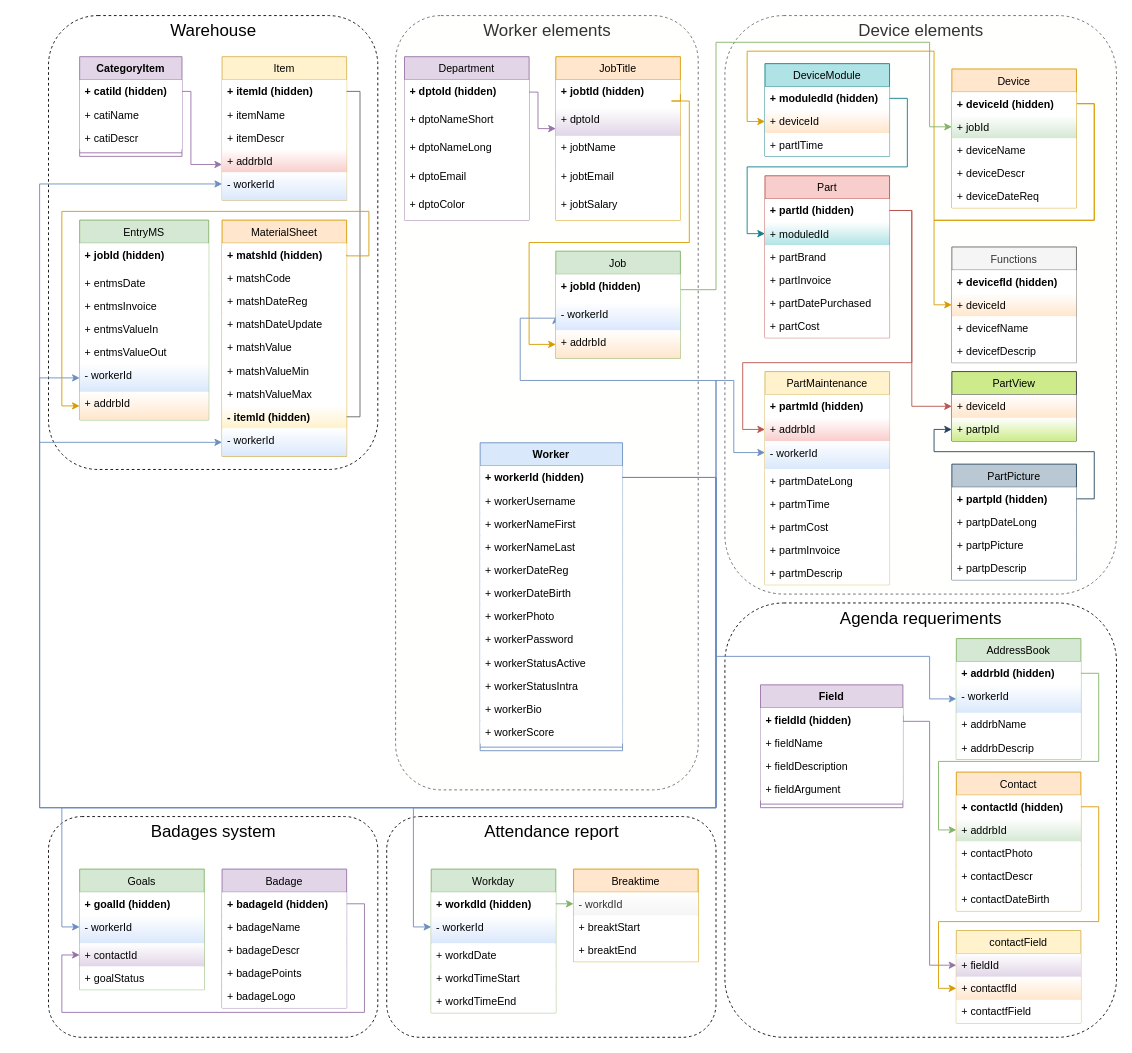
Before: Untitled Diagram.drawio in USMEX/Stock-System, a draw.io diagram. Source tidied: cells renumbered, new cells numbered last; positions are measured from the earlier drawing's top-left corner, leaving out a move shared by most shapes. Both pictures are drawn from the tidied source at 89%, with x=0, y=0 at pixel (39, 15).
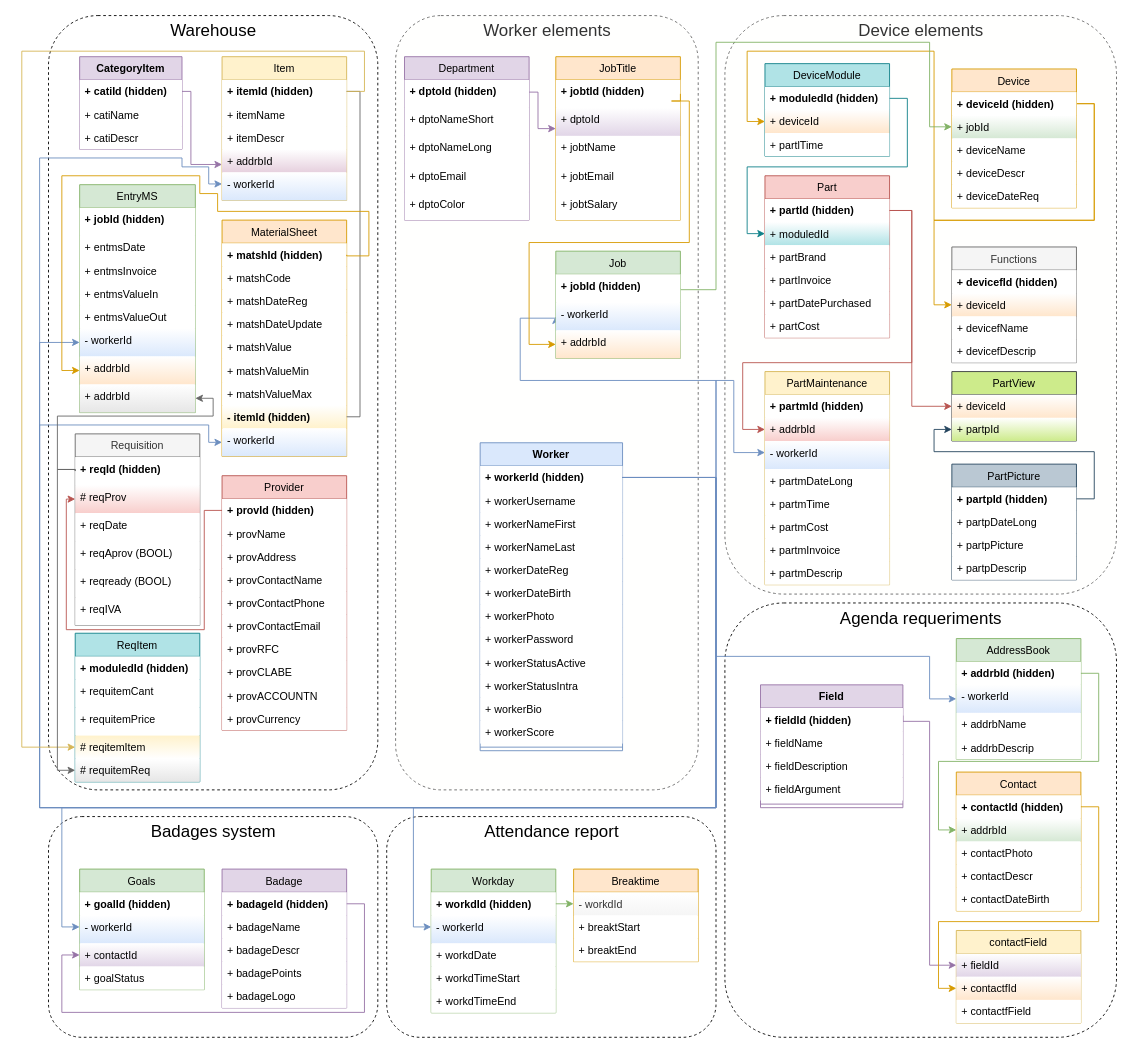
Above is the later version.

Unchanged cells that the change refers to:
```xml
<mxCell id="6" value="+ workerId (hidden)" style="text;align=left;verticalAlign=top;spacingLeft=4;spacingRight=4;overflow=hidden;points=[[0,0.5],[1,0.5]];portConstraint=eastwest;fillColor=default;fontStyle=1;" parent="5" vertex="1">
  <mxGeometry y="26" width="160" height="26" as="geometry" />
</mxCell>
<mxCell id="143" value="Item" style="swimlane;fontStyle=0;horizontal=1;startSize=26;fillColor=#fff2cc;strokeColor=#d6b656;" parent="1" vertex="1">
  <mxGeometry x="205" y="46.2" width="140" height="161.5" as="geometry" />
</mxCell>
<mxCell id="144" value="+ itemId (hidden)" style="text;align=left;verticalAlign=top;spacingLeft=4;spacingRight=4;overflow=hidden;points=[[0,0.5],[1,0.5]];portConstraint=eastwest;fillColor=default;fontStyle=1;" parent="143" vertex="1">
  <mxGeometry y="26" width="140" height="26" as="geometry" />
</mxCell>
<mxCell id="152" value="+ matshId (hidden)" style="text;align=left;verticalAlign=top;spacingLeft=4;spacingRight=4;overflow=hidden;points=[[0,0.5],[1,0.5]];portConstraint=eastwest;fillColor=default;fontStyle=1;" parent="151" vertex="1">
  <mxGeometry y="26" width="140" height="26" as="geometry" />
</mxCell>
```

What changed in the source:
```diff
@@
     <mxCell id="137" value="Warehouse" style="html=1;gradientDirection=north;verticalAlign=top;fontSize=19;glass=0;rounded=1;dashed=1;" parent="1" vertex="1">
-      <mxGeometry x="10" width="370" height="510" as="geometry" />
+      <mxGeometry x="10" width="370" height="870" as="geometry" />
     </mxCell>
     <mxCell id="138" value="CategoryItem" style="swimlane;fontStyle=1;align=center;verticalAlign=top;horizontal=1;startSize=26;fillColor=#e1d5e7;strokeColor=#9673a6;" parent="1" vertex="1">
-      <mxGeometry x="45" y="46.2" width="115" height="112" as="geometry" />
+      <mxGeometry x="45" y="46.2" width="115" height="104" as="geometry" />
     </mxCell>
@@
-    <mxCell id="142" style="line;strokeWidth=1;fillColor=none;align=left;verticalAlign=middle;spacingTop=-1;spacingLeft=3;spacingRight=3;labelPosition=right;strokeColor=inherit;" parent="138" vertex="1">
-      <mxGeometry y="104" width="115" height="8" as="geometry" />
-    </mxCell>
@@
-    <mxCell id="147" value="+ addrbId" style="text;align=left;verticalAlign=top;spacingLeft=4;spacingRight=4;overflow=hidden;fillColor=#f8cecc;strokeColor=none;gradientDirection=north;gradientColor=#FFFFFF;" parent="143" vertex="1">
+    <mxCell id="147" value="+ addrbId" style="text;align=left;verticalAlign=top;spacingLeft=4;spacingRight=4;overflow=hidden;fillColor=#E6D0DE;strokeColor=none;gradientDirection=north;gradientColor=#FFFFFF;" parent="143" vertex="1">
       <mxGeometry y="104" width="140" height="26" as="geometry" />
     </mxCell>
@@
     <mxCell id="150" style="edgeStyle=orthogonalEdgeStyle;rounded=0;jettySize=auto;html=1;exitX=1;exitY=0.5;exitDx=0;exitDy=0;entryX=0;entryY=0.5;entryDx=0;entryDy=0;fillColor=#dae8fc;strokeColor=#6c8ebf;" parent="1" edge="1" source="6">
       <mxGeometry relative="1" as="geometry">
         <mxPoint x="205" y="189.2" as="targetPoint" />
         <Array as="points">
           <mxPoint x="760" y="519" />
           <mxPoint x="760" y="890" />
           <mxPoint y="890" />
-          <mxPoint y="189" />
+          <mxPoint y="160" />
+          <mxPoint x="160" y="160" />
+          <mxPoint x="160" y="170" />
+          <mxPoint x="190" y="170" />
+          <mxPoint x="190" y="189" />
         </Array>
       </mxGeometry>
     </mxCell>
@@
     <mxCell id="162" value="EntryMS" style="swimlane;fontStyle=0;horizontal=1;startSize=26;fillColor=#d5e8d4;strokeColor=#82b366;" parent="1" vertex="1">
-      <mxGeometry x="45" y="229.8" width="145" height="224.5" as="geometry" />
+      <mxGeometry x="45" y="190" width="130" height="256.1" as="geometry" />
     </mxCell>
     <mxCell id="163" value="+ jobId (hidden)" style="text;align=left;verticalAlign=top;spacingLeft=4;spacingRight=4;overflow=hidden;fillColor=default;fontStyle=1;" parent="162" vertex="1">
-      <mxGeometry y="26" width="145" height="31.5" as="geometry" />
+      <mxGeometry y="26" width="130" height="31.5" as="geometry" />
     </mxCell>
     <mxCell id="164" value="+ entmsDate" style="text;align=left;verticalAlign=top;spacingLeft=4;spacingRight=4;overflow=hidden;fillColor=default;" parent="162" vertex="1">
-      <mxGeometry y="57.5" width="145" height="26" as="geometry" />
+      <mxGeometry y="57.5" width="130" height="26" as="geometry" />
     </mxCell>
     <mxCell id="165" value="+ entmsInvoice" style="text;align=left;verticalAlign=top;spacingLeft=4;spacingRight=4;overflow=hidden;fillColor=default;" parent="162" vertex="1">
-      <mxGeometry y="83.5" width="145" height="26" as="geometry" />
+      <mxGeometry y="83.5" width="130" height="26" as="geometry" />
     </mxCell>
     <mxCell id="166" value="+ entmsValueIn" style="text;align=left;verticalAlign=top;spacingLeft=4;spacingRight=4;overflow=hidden;fillColor=default;" parent="162" vertex="1">
-      <mxGeometry y="109.5" width="145" height="26" as="geometry" />
+      <mxGeometry y="109.5" width="130" height="26" as="geometry" />
     </mxCell>
     <mxCell id="167" value="+ entmsValueOut" style="text;align=left;verticalAlign=top;spacingLeft=4;spacingRight=4;overflow=hidden;fillColor=default;" parent="162" vertex="1">
-      <mxGeometry y="135.5" width="145" height="26" as="geometry" />
+      <mxGeometry y="135.5" width="130" height="26" as="geometry" />
     </mxCell>
     <mxCell id="168" value="- workerId" style="text;strokeColor=none;fillColor=#dae8fc;align=left;verticalAlign=top;spacingLeft=4;spacingRight=4;overflow=hidden;points=[[0,0.5],[1,0.5]];portConstraint=eastwest;gradientColor=#FFFFFF;gradientDirection=north;" parent="162" vertex="1">
-      <mxGeometry y="161.5" width="145" height="31.5" as="geometry" />
+      <mxGeometry y="161.5" width="130" height="31.5" as="geometry" />
     </mxCell>
     <mxCell id="169" value="+ addrbId" style="text;align=left;verticalAlign=top;spacingLeft=4;spacingRight=4;overflow=hidden;points=[[0,0.5],[1,0.5]];portConstraint=eastwest;fillColor=#ffe6cc;strokeColor=none;gradientDirection=north;gradientColor=#FFFFFF;" parent="162" vertex="1">
-      <mxGeometry y="193" width="145" height="31.5" as="geometry" />
+      <mxGeometry y="193" width="130" height="31.5" as="geometry" />
     </mxCell>
+    <mxCell id="173" value="+ addrbId" style="text;align=left;verticalAlign=top;spacingLeft=4;spacingRight=4;overflow=hidden;points=[[0,0.5],[1,0.5]];portConstraint=eastwest;fillColor=#E6E6E6;strokeColor=none;gradientDirection=north;gradientColor=#FFFFFF;" parent="162" vertex="1">
+      <mxGeometry y="224.5" width="130" height="31.5" as="geometry" />
+    </mxCell>
-    <mxCell id="170" style="edgeStyle=orthogonalEdgeStyle;rounded=0;jettySize=auto;html=1;exitX=1;exitY=0.5;exitDx=0;exitDy=0;entryX=0;entryY=0.5;entryDx=0;entryDy=0;endArrow=classic;endFill=1;fillColor=#dae8fc;strokeColor=#6c8ebf;" parent="1" edge="1" source="6">
+    <mxCell id="170" style="edgeStyle=orthogonalEdgeStyle;rounded=0;jettySize=auto;html=1;exitX=1;exitY=0.5;exitDx=0;exitDy=0;entryX=0;entryY=0.5;entryDx=0;entryDy=0;endArrow=classic;endFill=1;fillColor=#dae8fc;strokeColor=#6c8ebf;" parent="1" edge="1" source="6" target="168">
       <mxGeometry relative="1" as="geometry">
-        <mxPoint x="45" y="407.1" as="targetPoint" />
         <Array as="points">
           <mxPoint x="760" y="519" />
           <mxPoint x="760" y="890" />
           <mxPoint y="890" />
-          <mxPoint y="407" />
+          <mxPoint y="367" />
+          <mxPoint x="45" y="367" />
         </Array>
       </mxGeometry>
     </mxCell>
     <mxCell id="171" style="edgeStyle=orthogonalEdgeStyle;rounded=0;jettySize=auto;html=1;exitX=1;exitY=0.5;exitDx=0;exitDy=0;entryX=0;entryY=0.5;entryDx=0;entryDy=0;endArrow=classic;endFill=1;fillColor=#ffe6cc;strokeColor=#d79b00;" parent="1" edge="1" source="152" target="169">
       <mxGeometry relative="1" as="geometry">
         <Array as="points">
           <mxPoint x="345" y="270" />
           <mxPoint x="370" y="270" />
           <mxPoint x="370" y="220" />
-          <mxPoint x="25" y="220" />
-          <mxPoint x="25" y="439" />
+          <mxPoint x="200" y="220" />
+          <mxPoint x="200" y="200" />
+          <mxPoint x="180" y="200" />
+          <mxPoint x="180" y="180" />
+          <mxPoint x="25" y="180" />
+          <mxPoint x="25" y="399" />
+          <mxPoint x="45" y="399" />
         </Array>
       </mxGeometry>
     </mxCell>
     <mxCell id="172" style="edgeStyle=orthogonalEdgeStyle;rounded=0;jettySize=auto;html=1;exitX=1;exitY=0.5;exitDx=0;exitDy=0;entryX=0;entryY=0.5;entryDx=0;entryDy=0;endArrow=classic;endFill=1;fillColor=#dae8fc;strokeColor=#6c8ebf;" parent="1" edge="1" source="6">
       <mxGeometry relative="1" as="geometry">
         <mxPoint x="205" y="479.5" as="targetPoint" />
         <Array as="points">
           <mxPoint x="760" y="519" />
           <mxPoint x="760" y="890" />
           <mxPoint y="890" />
-          <mxPoint y="480" />
+          <mxPoint y="460" />
+          <mxPoint x="190" y="460" />
+          <mxPoint x="190" y="480" />
         </Array>
       </mxGeometry>
     </mxCell>
+    <mxCell id="174" value="Requisition" style="swimlane;fontStyle=0;horizontal=1;startSize=26;fillColor=#f5f5f5;strokeColor=#666666;fontColor=#333333;" parent="1" vertex="1">
+      <mxGeometry x="40" y="470" width="140" height="215.1" as="geometry" />
+    </mxCell>
+    <mxCell id="175" value="+ reqId (hidden)" style="text;align=left;verticalAlign=top;spacingLeft=4;spacingRight=4;overflow=hidden;points=[[0,0.5],[1,0.5]];portConstraint=eastwest;fillColor=default;fontStyle=1;" parent="174" vertex="1">
+      <mxGeometry y="26" width="140" height="31.5" as="geometry" />
+    </mxCell>
+    <mxCell id="176" value="# reqProv" style="text;align=left;verticalAlign=top;spacingLeft=4;spacingRight=4;overflow=hidden;points=[[0,0.5],[1,0.5]];portConstraint=eastwest;fillColor=default;strokeColor=none;gradientColor=#F8CECC;gradientDirection=south;" parent="174" vertex="1">
+      <mxGeometry y="57.5" width="140" height="31.5" as="geometry" />
+    </mxCell>
+    <mxCell id="177" value="+ reqDate" style="text;align=left;verticalAlign=top;spacingLeft=4;spacingRight=4;overflow=hidden;fillColor=default;" parent="174" vertex="1">
+      <mxGeometry y="89" width="140" height="31.5" as="geometry" />
+    </mxCell>
+    <mxCell id="178" value="+ reqAprov (BOOL)" style="text;align=left;verticalAlign=top;spacingLeft=4;spacingRight=4;overflow=hidden;fillColor=default;" parent="174" vertex="1">
+      <mxGeometry y="120.5" width="140" height="31.5" as="geometry" />
+    </mxCell>
+    <mxCell id="179" value="+ reqready (BOOL)" style="text;align=left;verticalAlign=top;spacingLeft=4;spacingRight=4;overflow=hidden;fillColor=default;" parent="174" vertex="1">
+      <mxGeometry y="152.1" width="140" height="31.5" as="geometry" />
+    </mxCell>
+    <mxCell id="180" value="+ reqIVA" style="text;align=left;verticalAlign=top;spacingLeft=4;spacingRight=4;overflow=hidden;fillColor=default;" parent="174" vertex="1">
+      <mxGeometry y="183.6" width="140" height="31.5" as="geometry" />
+    </mxCell>
+    <mxCell id="181" style="edgeStyle=orthogonalEdgeStyle;rounded=0;jettySize=auto;html=1;exitX=0;exitY=0.5;exitDx=0;exitDy=0;fillColor=#f5f5f5;strokeColor=#666666;" parent="1" edge="1" source="175" target="173">
+      <mxGeometry relative="1" as="geometry">
+        <Array as="points">
+          <mxPoint x="40" y="510" />
+          <mxPoint x="20" y="510" />
+          <mxPoint x="20" y="450" />
+          <mxPoint x="195" y="450" />
+          <mxPoint x="195" y="430" />
+        </Array>
+      </mxGeometry>
+    </mxCell>
+    <mxCell id="182" value="Provider" style="swimlane;fontStyle=0;horizontal=1;startSize=26;fillColor=#f8cecc;strokeColor=#b85450;" parent="1" vertex="1">
+      <mxGeometry x="205" y="517" width="140" height="286" as="geometry" />
+    </mxCell>
+    <mxCell id="183" value="+ provId (hidden)" style="text;align=left;verticalAlign=top;spacingLeft=4;spacingRight=4;overflow=hidden;points=[[0,0.5],[1,0.5]];portConstraint=eastwest;fillColor=default;fontStyle=1;" parent="182" vertex="1">
+      <mxGeometry y="26" width="140" height="26" as="geometry" />
+    </mxCell>
+    <mxCell id="184" value="+ provName" style="text;align=left;verticalAlign=top;spacingLeft=4;spacingRight=4;overflow=hidden;fillColor=default;" parent="182" vertex="1">
+      <mxGeometry y="52" width="140" height="26" as="geometry" />
+    </mxCell>
+    <mxCell id="185" value="+ provAddress" style="text;align=left;verticalAlign=top;spacingLeft=4;spacingRight=4;overflow=hidden;fillColor=default;" parent="182" vertex="1">
+      <mxGeometry y="78" width="140" height="26" as="geometry" />
+    </mxCell>
+    <mxCell id="186" value="+ provContactName" style="text;align=left;verticalAlign=top;spacingLeft=4;spacingRight=4;overflow=hidden;fillColor=default;" parent="182" vertex="1">
+      <mxGeometry y="104" width="140" height="26" as="geometry" />
+    </mxCell>
+    <mxCell id="187" value="+ provContactPhone" style="text;align=left;verticalAlign=top;spacingLeft=4;spacingRight=4;overflow=hidden;fillColor=default;" parent="182" vertex="1">
+      <mxGeometry y="130" width="140" height="26" as="geometry" />
+    </mxCell>
+    <mxCell id="188" value="+ provContactEmail" style="text;align=left;verticalAlign=top;spacingLeft=4;spacingRight=4;overflow=hidden;fillColor=default;" parent="182" vertex="1">
+      <mxGeometry y="156" width="140" height="26" as="geometry" />
+    </mxCell>
+    <mxCell id="189" value="+ provRFC" style="text;align=left;verticalAlign=top;spacingLeft=4;spacingRight=4;overflow=hidden;fillColor=default;" parent="182" vertex="1">
+      <mxGeometry y="182" width="140" height="26" as="geometry" />
+    </mxCell>
+    <mxCell id="190" value="+ provCLABE" style="text;align=left;verticalAlign=top;spacingLeft=4;spacingRight=4;overflow=hidden;fillColor=default;" parent="182" vertex="1">
+      <mxGeometry y="208" width="140" height="26" as="geometry" />
+    </mxCell>
+    <mxCell id="191" value="+ provACCOUNTN" style="text;align=left;verticalAlign=top;spacingLeft=4;spacingRight=4;overflow=hidden;fillColor=default;" parent="182" vertex="1">
+      <mxGeometry y="234" width="140" height="26" as="geometry" />
+    </mxCell>
+    <mxCell id="192" value="+ provCurrency" style="text;align=left;verticalAlign=top;spacingLeft=4;spacingRight=4;overflow=hidden;fillColor=default;" parent="182" vertex="1">
+      <mxGeometry y="260" width="140" height="26" as="geometry" />
+    </mxCell>
+    <mxCell id="193" style="edgeStyle=orthogonalEdgeStyle;rounded=0;jettySize=auto;html=1;exitX=0;exitY=0.5;exitDx=0;exitDy=0;entryX=0;entryY=0.5;entryDx=0;entryDy=0;fillColor=#f8cecc;strokeColor=#b85450;" parent="1" edge="1" source="183" target="176">
+      <mxGeometry relative="1" as="geometry">
+        <Array as="points">
+          <mxPoint x="185" y="556" />
+          <mxPoint x="185" y="690" />
+          <mxPoint x="30" y="690" />
+          <mxPoint x="30" y="543" />
+          <mxPoint x="40" y="543" />
+        </Array>
+      </mxGeometry>
+    </mxCell>
+    <mxCell id="194" value="ReqItem" style="swimlane;fontStyle=0;horizontal=1;startSize=26;fillColor=#b0e3e6;strokeColor=#0e8088;" parent="1" vertex="1">
+      <mxGeometry x="40" y="694" width="140" height="167" as="geometry" />
+    </mxCell>
+    <mxCell id="195" value="+ moduledId (hidden)" style="text;align=left;verticalAlign=top;spacingLeft=4;spacingRight=4;overflow=hidden;fillColor=default;fontStyle=1;" parent="194" vertex="1">
+      <mxGeometry y="26" width="140" height="26" as="geometry" />
+    </mxCell>
+    <mxCell id="196" value="+ requitemCant" style="text;align=left;verticalAlign=top;spacingLeft=4;spacingRight=4;overflow=hidden;fillColor=default;" parent="194" vertex="1">
+      <mxGeometry y="52" width="140" height="31.5" as="geometry" />
+    </mxCell>
+    <mxCell id="197" value="+ requitemPrice" style="text;align=left;verticalAlign=top;spacingLeft=4;spacingRight=4;overflow=hidden;fillColor=default;" parent="194" vertex="1">
+      <mxGeometry y="83.5" width="140" height="31.5" as="geometry" />
+    </mxCell>
+    <mxCell id="198" value="# reqitemItem" style="text;align=left;verticalAlign=top;spacingLeft=4;spacingRight=4;overflow=hidden;points=[[0,0.5],[1,0.5]];portConstraint=eastwest;fillColor=#fff2cc;strokeColor=none;gradientColor=#FFFFFF;" parent="194" vertex="1">
+      <mxGeometry y="115" width="140" height="26" as="geometry" />
+    </mxCell>
+    <mxCell id="199" value="# requitemReq" style="text;align=left;verticalAlign=top;spacingLeft=4;spacingRight=4;overflow=hidden;points=[[0,0.5],[1,0.5]];portConstraint=eastwest;fillColor=#E6E6E6;strokeColor=none;gradientColor=#FFFFFF;gradientDirection=north;" parent="194" vertex="1">
+      <mxGeometry y="141" width="140" height="26" as="geometry" />
+    </mxCell>
+    <mxCell id="200" style="edgeStyle=orthogonalEdgeStyle;rounded=0;jettySize=auto;html=1;exitX=1;exitY=0.5;exitDx=0;exitDy=0;fillColor=#fff2cc;strokeColor=#d6b656;entryX=0;entryY=0.5;entryDx=0;entryDy=0;" parent="1" edge="1" source="144" target="198">
+      <mxGeometry relative="1" as="geometry">
+        <Array as="points">
+          <mxPoint x="365" y="85" />
+          <mxPoint x="365" y="40" />
+          <mxPoint x="-20" y="40" />
+          <mxPoint x="-20" y="822" />
+        </Array>
+      </mxGeometry>
+    </mxCell>
+    <mxCell id="201" style="edgeStyle=orthogonalEdgeStyle;rounded=0;jettySize=auto;html=1;exitX=0;exitY=0.5;exitDx=0;exitDy=0;entryX=0;entryY=0.5;entryDx=0;entryDy=0;fillColor=#f5f5f5;strokeColor=#666666;" parent="1" edge="1" source="175" target="199">
+      <mxGeometry relative="1" as="geometry">
+        <Array as="points">
+          <mxPoint x="40" y="510" />
+          <mxPoint x="20" y="510" />
+          <mxPoint x="20" y="848" />
+        </Array>
+      </mxGeometry>
+    </mxCell>
```
